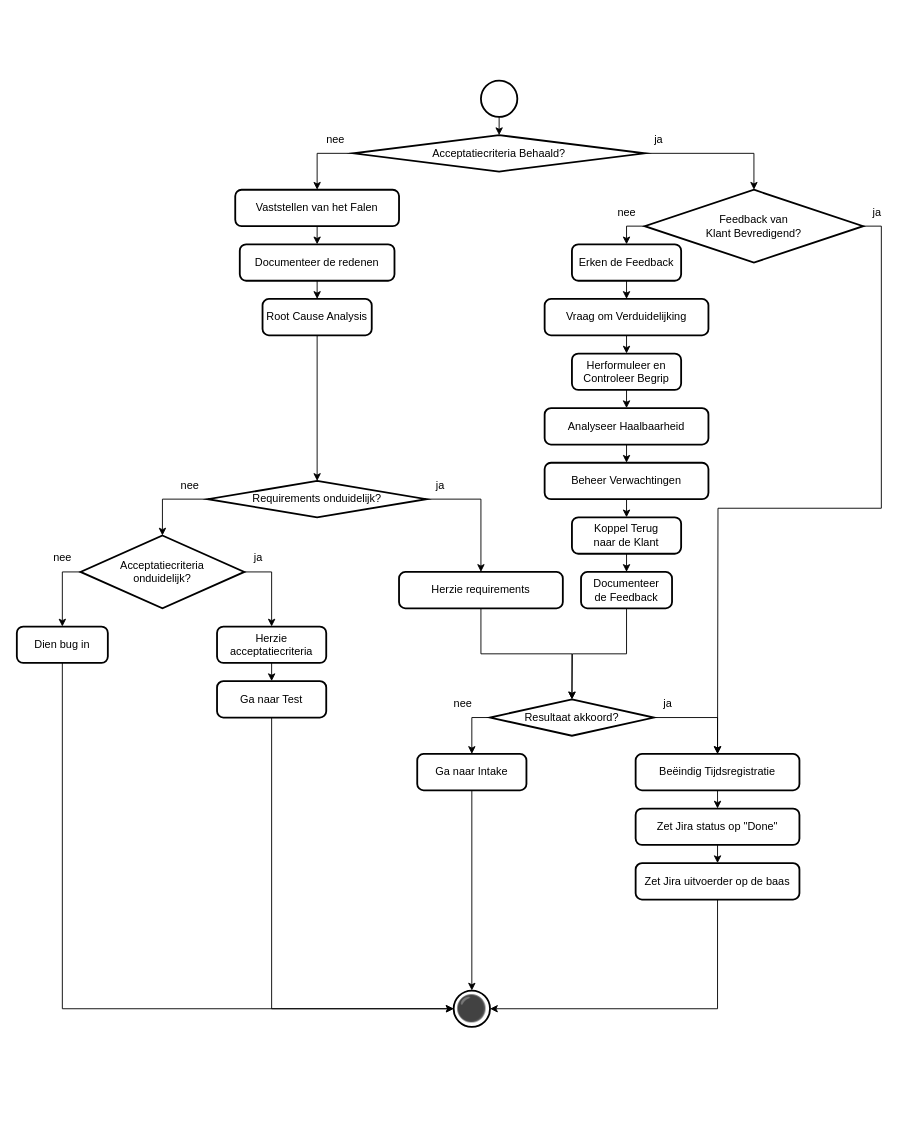
Zaibatsu89/IssueTracker keeps this draw.io diagram as 6 Issue Tracker review.drawio. Above is the earlier version. Source tidied: cells renumbered, new cells numbered last; positions are measured from the earlier drawing's top-left corner, leaving out a move shared by most shapes. Both pictures are drawn from the tidied source at 91%, with x=0, y=0 at pixel (16, 80).
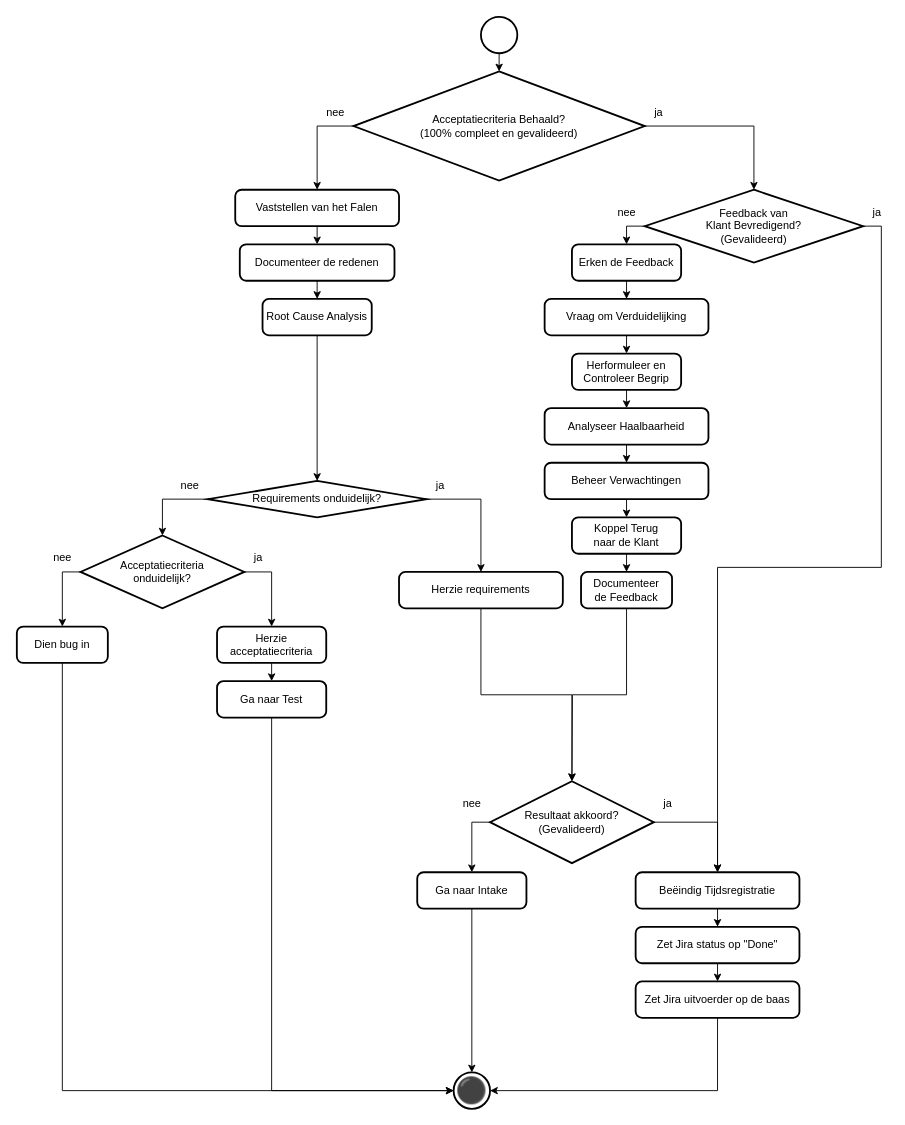
After the change.

Unchanged cells that the change refers to:
```xml
<mxCell id="54" value="Documenteer&lt;br&gt;de Feedback" style="rounded=1;whiteSpace=wrap;html=1;absoluteArcSize=1;arcSize=14;strokeWidth=2;" parent="1" vertex="1">
  <mxGeometry x="620" y="540" width="100" height="40" as="geometry" />
</mxCell>
```

The edit, as a diff of the source:
```diff
@@
     <mxCell id="2" style="strokeWidth=2;html=1;shape=mxgraph.flowchart.start_2;whiteSpace=wrap;" parent="1" vertex="1">
-      <mxGeometry x="510" width="40" height="40" as="geometry" />
+      <mxGeometry x="510" y="-70" width="40" height="40" as="geometry" />
     </mxCell>
@@
-    <mxCell id="4" value="Acceptatiecriteria Behaald?" style="strokeWidth=2;html=1;shape=mxgraph.flowchart.decision;whiteSpace=wrap;" parent="1" vertex="1">
-      <mxGeometry x="370" y="60" width="320" height="40" as="geometry" />
+    <mxCell id="4" value="Acceptatiecriteria Behaald?&lt;div&gt;(100% compleet en gevalideerd)&lt;/div&gt;" style="strokeWidth=2;html=1;shape=mxgraph.flowchart.decision;whiteSpace=wrap;" parent="1" vertex="1">
+      <mxGeometry x="370" y="-10" width="320" height="120" as="geometry" />
     </mxCell>
     <mxCell id="5" style="edgeStyle=orthogonalEdgeStyle;rounded=0;jettySize=auto;html=1;exitX=0.5;exitY=1;exitDx=0;exitDy=0;exitPerimeter=0;entryX=0.5;entryY=0;entryDx=0;entryDy=0;entryPerimeter=0;" parent="1" edge="1" source="2">
       <mxGeometry relative="1" as="geometry">
-        <mxPoint x="530" y="60" as="targetPoint" />
+        <mxPoint x="530" y="-10" as="targetPoint" />
       </mxGeometry>
     </mxCell>
@@
     <mxCell id="8" value="nee" style="text;html=1;align=center;verticalAlign=middle;strokeColor=none;fillColor=none;" parent="1" vertex="1">
-      <mxGeometry x="330" y="50" width="40" height="30" as="geometry" />
+      <mxGeometry x="330" y="20" width="40" height="30" as="geometry" />
     </mxCell>
@@
-    <mxCell id="12" style="edgeStyle=orthogonalEdgeStyle;rounded=0;jettySize=auto;html=1;exitX=1;exitY=0.5;exitDx=0;exitDy=0;exitPerimeter=0;" parent="1" edge="1" source="13">
-      <mxGeometry relative="1" as="geometry">
-        <mxPoint x="770" y="740" as="targetPoint" />
-      </mxGeometry>
+    <mxCell id="12" style="edgeStyle=orthogonalEdgeStyle;rounded=0;jettySize=auto;html=1;exitX=1;exitY=0.5;exitDx=0;exitDy=0;exitPerimeter=0;entryX=0.5;entryY=0;entryDx=0;entryDy=0;" parent="1" edge="1" source="13" target="18">
+      <mxGeometry relative="1" as="geometry" />
     </mxCell>
-    <mxCell id="13" value="Feedback van&lt;br&gt;Klant Bevredigend?" style="strokeWidth=2;html=1;shape=mxgraph.flowchart.decision;whiteSpace=wrap;" parent="1" vertex="1">
+    <mxCell id="13" value="Feedback van&lt;br&gt;Klant Bevredigend?&lt;div&gt;(Gevalideerd)&lt;/div&gt;" style="strokeWidth=2;html=1;shape=mxgraph.flowchart.decision;whiteSpace=wrap;" parent="1" vertex="1">
       <mxGeometry x="690" y="120" width="240" height="80" as="geometry" />
     </mxCell>
     <mxCell id="14" value="ja" style="text;html=1;align=center;verticalAlign=middle;strokeColor=none;fillColor=none;" parent="1" vertex="1">
-      <mxGeometry x="690" y="50" width="30" height="30" as="geometry" />
+      <mxGeometry x="690" y="20" width="30" height="30" as="geometry" />
     </mxCell>
@@
     <mxCell id="18" value="Beëindig Tijdsregistratie" style="rounded=1;whiteSpace=wrap;html=1;absoluteArcSize=1;arcSize=14;strokeWidth=2;" parent="1" vertex="1">
-      <mxGeometry x="680" y="740" width="180" height="40" as="geometry" />
+      <mxGeometry x="680" y="870" width="180" height="40" as="geometry" />
     </mxCell>
@@
     <mxCell id="21" value="⚫" style="strokeWidth=2;html=1;shape=mxgraph.flowchart.start_2;whiteSpace=wrap;fontSize=28;" parent="1" vertex="1">
-      <mxGeometry x="480" y="1000" width="40" height="40" as="geometry" />
+      <mxGeometry x="480" y="1090" width="40" height="40" as="geometry" />
     </mxCell>
@@
     <mxCell id="23" value="Zet Jira status op &quot;Done&quot;" style="rounded=1;whiteSpace=wrap;html=1;absoluteArcSize=1;arcSize=14;strokeWidth=2;" parent="1" vertex="1">
-      <mxGeometry x="680" y="800" width="180" height="40" as="geometry" />
+      <mxGeometry x="680" y="930" width="180" height="40" as="geometry" />
     </mxCell>
     <mxCell id="24" value="Zet Jira uitvoerder op de baas" style="rounded=1;whiteSpace=wrap;html=1;absoluteArcSize=1;arcSize=14;strokeWidth=2;" parent="1" vertex="1">
-      <mxGeometry x="680" y="860" width="180" height="40" as="geometry" />
+      <mxGeometry x="680" y="990" width="180" height="40" as="geometry" />
     </mxCell>
@@
-    <mxCell id="42" style="edgeStyle=orthogonalEdgeStyle;rounded=0;jettySize=auto;html=1;exitX=1;exitY=0.5;exitDx=0;exitDy=0;exitPerimeter=0;entryX=0.5;entryY=0;entryDx=0;entryDy=0;entryPerimeter=0;" parent="1" edge="1" source="4" target="13">
-      <mxGeometry relative="1" as="geometry" />
-    </mxCell>
@@
     <mxCell id="53" style="edgeStyle=orthogonalEdgeStyle;rounded=0;jettySize=auto;html=1;exitX=0.5;exitY=1;exitDx=0;exitDy=0;" parent="1" edge="1" source="54">
       <mxGeometry relative="1" as="geometry">
-        <mxPoint x="610" y="680" as="targetPoint" />
+        <mxPoint x="610" y="770" as="targetPoint" />
       </mxGeometry>
     </mxCell>
@@
-    <mxCell id="57" value="Resultaat akkoord?" style="strokeWidth=2;html=1;shape=mxgraph.flowchart.decision;whiteSpace=wrap;" parent="1" vertex="1">
-      <mxGeometry x="520" y="680" width="180" height="40" as="geometry" />
+    <mxCell id="57" value="Resultaat akkoord? (Gevalideerd)" style="strokeWidth=2;html=1;shape=mxgraph.flowchart.decision;whiteSpace=wrap;" parent="1" vertex="1">
+      <mxGeometry x="520" y="770" width="180" height="90" as="geometry" />
     </mxCell>
@@
     <mxCell id="61" value="ja" style="text;html=1;align=center;verticalAlign=middle;strokeColor=none;fillColor=none;" parent="1" vertex="1">
-      <mxGeometry x="700" y="670" width="30" height="30" as="geometry" />
+      <mxGeometry x="700" y="780" width="30" height="30" as="geometry" />
     </mxCell>
     <mxCell id="62" value="Ga naar Intake" style="rounded=1;whiteSpace=wrap;html=1;absoluteArcSize=1;arcSize=14;strokeWidth=2;" parent="1" vertex="1">
-      <mxGeometry x="440" y="740" width="120" height="40" as="geometry" />
+      <mxGeometry x="440" y="870" width="120" height="40" as="geometry" />
     </mxCell>
     <mxCell id="63" value="nee" style="text;html=1;align=center;verticalAlign=middle;strokeColor=none;fillColor=none;" parent="1" vertex="1">
-      <mxGeometry x="470" y="670" width="40" height="30" as="geometry" />
+      <mxGeometry x="480" y="780" width="40" height="30" as="geometry" />
     </mxCell>
@@
+    <mxCell id="42" style="edgeStyle=orthogonalEdgeStyle;rounded=0;jettySize=auto;html=1;exitX=1;exitY=0.5;exitDx=0;exitDy=0;exitPerimeter=0;entryX=0.5;entryY=0;entryDx=0;entryDy=0;entryPerimeter=0;" parent="1" edge="1" source="4" target="13">
+      <mxGeometry relative="1" as="geometry" />
+    </mxCell>
```
